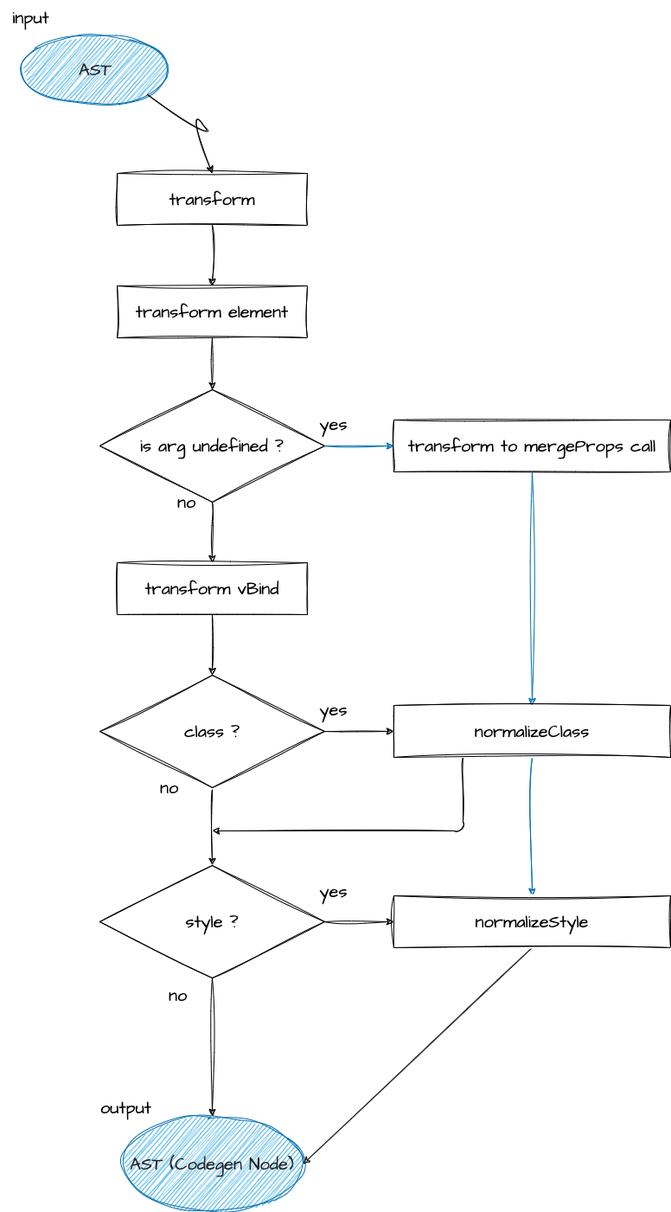
Above: book/images/transform_vbind.drawio.png in ubugeeei/chibivue (draw.io), before the change. Source tidied: cells renumbered, new cells last; positions are measured from the earlier drawing's top-left corner, leaving out a move shared by most shapes. Its diagram source:
```xml
<mxGraphModel background="#ffffff">
  <root>
    <mxCell id="0" />
    <mxCell id="1" parent="0" />
    <mxCell id="2" value="transform" style="rounded=0;whiteSpace=wrap;html=1;sketch=1;hachureGap=4;jiggle=2;curveFitting=1;fontFamily=Architects Daughter;fontSource=https%3A%2F%2Ffonts.googleapis.com%2Fcss%3Ffamily%3DArchitects%2BDaughter;fontSize=20;" parent="1" vertex="1">
      <mxGeometry x="135" y="200" width="220" height="60" as="geometry" />
    </mxCell>
    <mxCell id="3" value="transform element" style="rounded=0;whiteSpace=wrap;html=1;sketch=1;hachureGap=4;jiggle=2;curveFitting=1;fontFamily=Architects Daughter;fontSource=https%3A%2F%2Ffonts.googleapis.com%2Fcss%3Ffamily%3DArchitects%2BDaughter;fontSize=20;" parent="1" vertex="1">
      <mxGeometry x="135" y="330" width="220" height="60" as="geometry" />
    </mxCell>
    <mxCell id="4" value="transform vBind" style="rounded=0;whiteSpace=wrap;html=1;sketch=1;hachureGap=4;jiggle=2;curveFitting=1;fontFamily=Architects Daughter;fontSource=https%3A%2F%2Ffonts.googleapis.com%2Fcss%3Ffamily%3DArchitects%2BDaughter;fontSize=20;" parent="1" vertex="1">
      <mxGeometry x="135" y="650" width="220" height="60" as="geometry" />
    </mxCell>
    <mxCell id="5" value="transform to mergeProps call" style="rounded=0;whiteSpace=wrap;html=1;sketch=1;hachureGap=4;jiggle=2;curveFitting=1;fontFamily=Architects Daughter;fontSource=https%3A%2F%2Ffonts.googleapis.com%2Fcss%3Ffamily%3DArchitects%2BDaughter;fontSize=20;" parent="1" vertex="1">
      <mxGeometry x="455" y="485" width="320" height="60" as="geometry" />
    </mxCell>
    <mxCell id="6" value="&lt;font color=&quot;#252525&quot;&gt;AST (Codegen Node)&lt;/font&gt;" style="ellipse;whiteSpace=wrap;html=1;sketch=1;hachureGap=4;jiggle=2;curveFitting=1;fontFamily=Architects Daughter;fontSource=https%3A%2F%2Ffonts.googleapis.com%2Fcss%3Ffamily%3DArchitects%2BDaughter;fontSize=20;fillColor=#1ba1e2;fontColor=#ffffff;strokeColor=#006EAF;" parent="1" vertex="1">
      <mxGeometry x="140" y="1290" width="210" height="110" as="geometry" />
    </mxCell>
    <mxCell id="7" value="&lt;font color=&quot;#252525&quot;&gt;AST&lt;/font&gt;" style="ellipse;whiteSpace=wrap;html=1;sketch=1;hachureGap=4;jiggle=2;curveFitting=1;fontFamily=Architects Daughter;fontSource=https%3A%2F%2Ffonts.googleapis.com%2Fcss%3Ffamily%3DArchitects%2BDaughter;fontSize=20;fillColor=#1ba1e2;fontColor=#ffffff;strokeColor=#006EAF;" parent="1" vertex="1">
      <mxGeometry x="25" y="40" width="170" height="80" as="geometry" />
    </mxCell>
    <mxCell id="8" style="curved=1;endArrow=classic;html=1;sketch=1;hachureGap=4;jiggle=2;curveFitting=1;fontFamily=Architects Daughter;fontSource=https%3A%2F%2Ffonts.googleapis.com%2Fcss%3Ffamily%3DArchitects%2BDaughter;fontSize=16;exitX=1;exitY=1;exitDx=0;exitDy=0;entryX=0.5;entryY=0;entryDx=0;entryDy=0;" parent="1" edge="1" source="7" target="2">
      <mxGeometry relative="1" as="geometry">
        <Array as="points">
          <mxPoint x="255" y="170" />
          <mxPoint x="215" y="120" />
        </Array>
      </mxGeometry>
    </mxCell>
    <mxCell id="9" style="endArrow=classic;html=1;sketch=1;hachureGap=4;jiggle=2;curveFitting=1;fontFamily=Architects Daughter;fontSource=https%3A%2F%2Ffonts.googleapis.com%2Fcss%3Ffamily%3DArchitects%2BDaughter;fontSize=16;exitX=0.5;exitY=1;exitDx=0;exitDy=0;entryX=0.5;entryY=0;entryDx=0;entryDy=0;" parent="1" edge="1" source="2" target="3">
      <mxGeometry relative="1" as="geometry" />
    </mxCell>
    <mxCell id="10" value="is arg undefined ?" style="rhombus;whiteSpace=wrap;html=1;sketch=1;hachureGap=4;jiggle=2;curveFitting=1;fontFamily=Architects Daughter;fontSource=https%3A%2F%2Ffonts.googleapis.com%2Fcss%3Ffamily%3DArchitects%2BDaughter;fontSize=20;" parent="1" vertex="1">
      <mxGeometry x="115" y="450" width="260" height="130" as="geometry" />
    </mxCell>
    <mxCell id="11" style="endArrow=classic;html=1;sketch=1;hachureGap=4;jiggle=2;curveFitting=1;fontFamily=Architects Daughter;fontSource=https%3A%2F%2Ffonts.googleapis.com%2Fcss%3Ffamily%3DArchitects%2BDaughter;fontSize=16;exitX=0.5;exitY=1;exitDx=0;exitDy=0;entryX=0.5;entryY=0;entryDx=0;entryDy=0;" parent="1" edge="1" source="3" target="10">
      <mxGeometry relative="1" as="geometry" />
    </mxCell>
    <mxCell id="12" style="endArrow=classic;html=1;sketch=1;hachureGap=4;jiggle=2;curveFitting=1;fontFamily=Architects Daughter;fontSource=https%3A%2F%2Ffonts.googleapis.com%2Fcss%3Ffamily%3DArchitects%2BDaughter;fontSize=16;exitX=1;exitY=0.5;exitDx=0;exitDy=0;entryX=0;entryY=0.5;entryDx=0;entryDy=0;fillColor=#1ba1e2;strokeColor=#006EAF;" parent="1" edge="1" source="10" target="5">
      <mxGeometry relative="1" as="geometry" />
    </mxCell>
    <mxCell id="13" style="endArrow=classic;html=1;sketch=1;hachureGap=4;jiggle=2;curveFitting=1;fontFamily=Architects Daughter;fontSource=https%3A%2F%2Ffonts.googleapis.com%2Fcss%3Ffamily%3DArchitects%2BDaughter;fontSize=16;exitX=0.5;exitY=1;exitDx=0;exitDy=0;" parent="1" edge="1" source="10" target="4">
      <mxGeometry relative="1" as="geometry" />
    </mxCell>
    <mxCell id="14" style="endArrow=classic;html=1;sketch=1;hachureGap=4;jiggle=2;curveFitting=1;fontFamily=Architects Daughter;fontSource=https%3A%2F%2Ffonts.googleapis.com%2Fcss%3Ffamily%3DArchitects%2BDaughter;fontSize=16;exitX=0.5;exitY=1;exitDx=0;exitDy=0;entryX=0.5;entryY=0;entryDx=0;entryDy=0;" parent="1" edge="1" source="4" target="22">
      <mxGeometry relative="1" as="geometry" />
    </mxCell>
    <mxCell id="15" style="endArrow=classic;html=1;sketch=1;hachureGap=4;jiggle=2;curveFitting=1;fontFamily=Architects Daughter;fontSource=https%3A%2F%2Ffonts.googleapis.com%2Fcss%3Ffamily%3DArchitects%2BDaughter;fontSize=16;exitX=0.5;exitY=1;exitDx=0;exitDy=0;fillColor=#1ba1e2;strokeColor=#006EAF;" parent="1" edge="1" source="5" target="28">
      <mxGeometry relative="1" as="geometry" />
    </mxCell>
    <mxCell id="16" value="yes" style="text;html=1;align=center;verticalAlign=middle;strokeColor=none;fillColor=none;fontSize=20;fontFamily=Architects Daughter;sketch=1;hachureGap=4;jiggle=2;curveFitting=1;fontSource=https%3A%2F%2Ffonts.googleapis.com%2Fcss%3Ffamily%3DArchitects%2BDaughter;" parent="1" vertex="1">
      <mxGeometry x="355" y="470" width="60" height="40" as="geometry" />
    </mxCell>
    <mxCell id="17" value="no" style="text;html=1;align=center;verticalAlign=middle;strokeColor=none;fillColor=none;fontSize=20;fontFamily=Architects Daughter;sketch=1;hachureGap=4;jiggle=2;curveFitting=1;fontSource=https%3A%2F%2Ffonts.googleapis.com%2Fcss%3Ffamily%3DArchitects%2BDaughter;" parent="1" vertex="1">
      <mxGeometry x="195" y="560" width="40" height="40" as="geometry" />
    </mxCell>
    <mxCell id="18" value="input" style="text;html=1;align=center;verticalAlign=middle;strokeColor=none;fillColor=none;fontSize=20;fontFamily=Architects Daughter;sketch=1;hachureGap=4;jiggle=2;curveFitting=1;fontSource=https%3A%2F%2Ffonts.googleapis.com%2Fcss%3Ffamily%3DArchitects%2BDaughter;" parent="1" vertex="1">
      <mxGeometry width="70" height="40" as="geometry" />
    </mxCell>
    <mxCell id="19" value="output" style="text;html=1;align=center;verticalAlign=middle;strokeColor=none;fillColor=none;fontSize=20;fontFamily=Architects Daughter;sketch=1;hachureGap=4;jiggle=2;curveFitting=1;fontSource=https%3A%2F%2Ffonts.googleapis.com%2Fcss%3Ffamily%3DArchitects%2BDaughter;" parent="1" vertex="1">
      <mxGeometry x="105" y="1260" width="80" height="40" as="geometry" />
    </mxCell>
    <mxCell id="20" style="edgeStyle=none;sketch=1;hachureGap=4;jiggle=2;curveFitting=1;html=1;exitX=1;exitY=0.5;exitDx=0;exitDy=0;entryX=0;entryY=0.5;entryDx=0;entryDy=0;fontFamily=Architects Daughter;fontSource=https%3A%2F%2Ffonts.googleapis.com%2Fcss%3Ffamily%3DArchitects%2BDaughter;fontSize=16;" parent="1" edge="1" source="22" target="28">
      <mxGeometry relative="1" as="geometry" />
    </mxCell>
    <mxCell id="21" style="edgeStyle=none;sketch=1;hachureGap=4;jiggle=2;curveFitting=1;html=1;exitX=0.5;exitY=1;exitDx=0;exitDy=0;entryX=0.5;entryY=0;entryDx=0;entryDy=0;fontFamily=Architects Daughter;fontSource=https%3A%2F%2Ffonts.googleapis.com%2Fcss%3Ffamily%3DArchitects%2BDaughter;fontSize=16;" parent="1" edge="1" source="22" target="25">
      <mxGeometry relative="1" as="geometry" />
    </mxCell>
    <mxCell id="22" value="class ?" style="rhombus;whiteSpace=wrap;html=1;sketch=1;hachureGap=4;jiggle=2;curveFitting=1;fontFamily=Architects Daughter;fontSource=https%3A%2F%2Ffonts.googleapis.com%2Fcss%3Ffamily%3DArchitects%2BDaughter;fontSize=20;" parent="1" vertex="1">
      <mxGeometry x="115" y="780" width="260" height="130" as="geometry" />
    </mxCell>
    <mxCell id="23" style="edgeStyle=none;sketch=1;hachureGap=4;jiggle=2;curveFitting=1;html=1;exitX=1;exitY=0.5;exitDx=0;exitDy=0;entryX=0;entryY=0.5;entryDx=0;entryDy=0;fontFamily=Architects Daughter;fontSource=https%3A%2F%2Ffonts.googleapis.com%2Fcss%3Ffamily%3DArchitects%2BDaughter;fontSize=16;" parent="1" edge="1" source="25" target="30">
      <mxGeometry relative="1" as="geometry" />
    </mxCell>
    <mxCell id="24" style="edgeStyle=none;sketch=1;hachureGap=4;jiggle=2;curveFitting=1;html=1;exitX=0.5;exitY=1;exitDx=0;exitDy=0;entryX=0.5;entryY=0;entryDx=0;entryDy=0;fontFamily=Architects Daughter;fontSource=https%3A%2F%2Ffonts.googleapis.com%2Fcss%3Ffamily%3DArchitects%2BDaughter;fontSize=16;" parent="1" edge="1" source="25" target="6">
      <mxGeometry relative="1" as="geometry" />
    </mxCell>
    <mxCell id="25" value="style ?" style="rhombus;whiteSpace=wrap;html=1;sketch=1;hachureGap=4;jiggle=2;curveFitting=1;fontFamily=Architects Daughter;fontSource=https%3A%2F%2Ffonts.googleapis.com%2Fcss%3Ffamily%3DArchitects%2BDaughter;fontSize=20;" parent="1" vertex="1">
      <mxGeometry x="115" y="1000" width="260" height="130" as="geometry" />
    </mxCell>
    <mxCell id="26" style="edgeStyle=none;sketch=1;hachureGap=4;jiggle=2;curveFitting=1;html=1;exitX=0.5;exitY=1;exitDx=0;exitDy=0;entryX=0.5;entryY=0;entryDx=0;entryDy=0;fontFamily=Architects Daughter;fontSource=https%3A%2F%2Ffonts.googleapis.com%2Fcss%3Ffamily%3DArchitects%2BDaughter;fontSize=16;fillColor=#1ba1e2;strokeColor=#006EAF;" parent="1" edge="1" source="28" target="30">
      <mxGeometry relative="1" as="geometry" />
    </mxCell>
    <mxCell id="27" style="edgeStyle=none;sketch=1;hachureGap=4;jiggle=2;curveFitting=1;html=1;exitX=0.25;exitY=1;exitDx=0;exitDy=0;fontFamily=Architects Daughter;fontSource=https%3A%2F%2Ffonts.googleapis.com%2Fcss%3Ffamily%3DArchitects%2BDaughter;fontSize=16;" parent="1" edge="1" source="28">
      <mxGeometry relative="1" as="geometry">
        <mxPoint x="245" y="960" as="targetPoint" />
        <Array as="points">
          <mxPoint x="535" y="960" />
        </Array>
      </mxGeometry>
    </mxCell>
    <mxCell id="28" value="normalizeClass" style="rounded=0;whiteSpace=wrap;html=1;sketch=1;hachureGap=4;jiggle=2;curveFitting=1;fontFamily=Architects Daughter;fontSource=https%3A%2F%2Ffonts.googleapis.com%2Fcss%3Ffamily%3DArchitects%2BDaughter;fontSize=20;" parent="1" vertex="1">
      <mxGeometry x="455" y="815" width="320" height="60" as="geometry" />
    </mxCell>
    <mxCell id="29" style="edgeStyle=none;sketch=1;hachureGap=4;jiggle=2;curveFitting=1;html=1;exitX=0.5;exitY=1;exitDx=0;exitDy=0;entryX=1;entryY=0.5;entryDx=0;entryDy=0;strokeColor=#252525;fontFamily=Architects Daughter;fontSource=https%3A%2F%2Ffonts.googleapis.com%2Fcss%3Ffamily%3DArchitects%2BDaughter;fontSize=16;" parent="1" edge="1" source="30" target="6">
      <mxGeometry relative="1" as="geometry" />
    </mxCell>
    <mxCell id="30" value="normalizeStyle" style="rounded=0;whiteSpace=wrap;html=1;sketch=1;hachureGap=4;jiggle=2;curveFitting=1;fontFamily=Architects Daughter;fontSource=https%3A%2F%2Ffonts.googleapis.com%2Fcss%3Ffamily%3DArchitects%2BDaughter;fontSize=20;" parent="1" vertex="1">
      <mxGeometry x="455" y="1035" width="320" height="60" as="geometry" />
    </mxCell>
    <mxCell id="31" value="yes" style="text;html=1;align=center;verticalAlign=middle;strokeColor=none;fillColor=none;fontSize=20;fontFamily=Architects Daughter;sketch=1;hachureGap=4;jiggle=2;curveFitting=1;fontSource=https%3A%2F%2Ffonts.googleapis.com%2Fcss%3Ffamily%3DArchitects%2BDaughter;" parent="1" vertex="1">
      <mxGeometry x="355" y="800" width="60" height="40" as="geometry" />
    </mxCell>
    <mxCell id="32" value="no" style="text;html=1;align=center;verticalAlign=middle;strokeColor=none;fillColor=none;fontSize=20;fontFamily=Architects Daughter;sketch=1;hachureGap=4;jiggle=2;curveFitting=1;fontSource=https%3A%2F%2Ffonts.googleapis.com%2Fcss%3Ffamily%3DArchitects%2BDaughter;" parent="1" vertex="1">
      <mxGeometry x="175" y="890" width="40" height="40" as="geometry" />
    </mxCell>
    <mxCell id="33" value="no" style="text;html=1;align=center;verticalAlign=middle;strokeColor=none;fillColor=none;fontSize=20;fontFamily=Architects Daughter;sketch=1;hachureGap=4;jiggle=2;curveFitting=1;fontSource=https%3A%2F%2Ffonts.googleapis.com%2Fcss%3Ffamily%3DArchitects%2BDaughter;" parent="1" vertex="1">
      <mxGeometry x="185" y="1130" width="40" height="40" as="geometry" />
    </mxCell>
    <mxCell id="34" value="yes" style="text;html=1;align=center;verticalAlign=middle;strokeColor=none;fillColor=none;fontSize=20;fontFamily=Architects Daughter;sketch=1;hachureGap=4;jiggle=2;curveFitting=1;fontSource=https%3A%2F%2Ffonts.googleapis.com%2Fcss%3Ffamily%3DArchitects%2BDaughter;" parent="1" vertex="1">
      <mxGeometry x="355" y="1010" width="60" height="40" as="geometry" />
    </mxCell>
  </root>
</mxGraphModel>
```
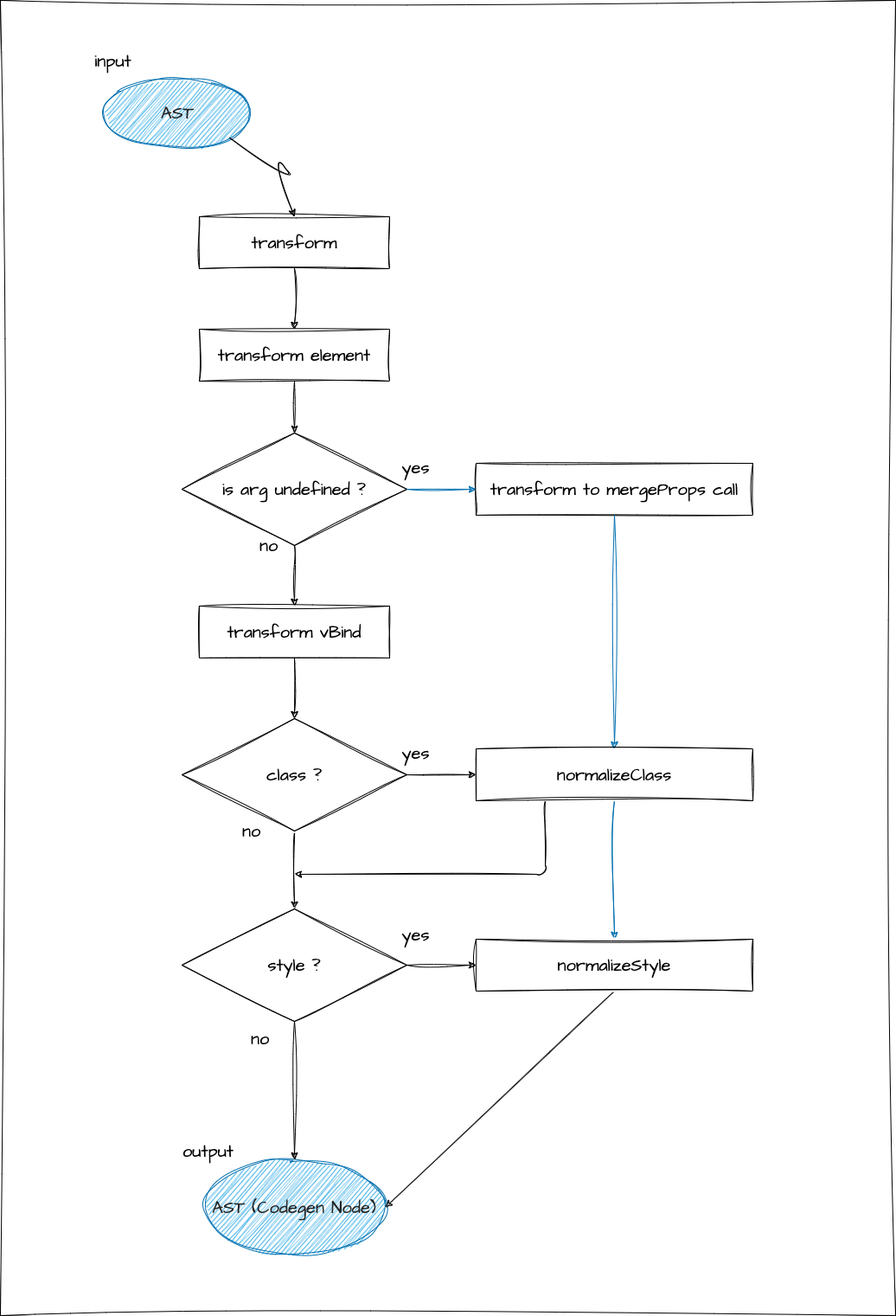
The same diagram one commit later.

The edit, as a diff of the source:
```diff
@@ -111,5 +111,8 @@
     <mxCell id="34" value="yes" style="text;html=1;align=center;verticalAlign=middle;strokeColor=none;fillColor=none;fontSize=20;fontFamily=Architects Daughter;sketch=1;hachureGap=4;jiggle=2;curveFitting=1;fontSource=https%3A%2F%2Ffonts.googleapis.com%2Fcss%3Ffamily%3DArchitects%2BDaughter;" parent="1" vertex="1">
       <mxGeometry x="355" y="1010" width="60" height="40" as="geometry" />
     </mxCell>
+    <mxCell id="35" style="swimlane;startSize=0;sketch=1;hachureGap=4;jiggle=2;curveFitting=1;fontFamily=Architects Daughter;fontSource=https%3A%2F%2Ffonts.googleapis.com%2Fcss%3Ffamily%3DArchitects%2BDaughter;fontSize=20;" parent="1" vertex="1">
+      <mxGeometry x="-95" y="-50" width="1035" height="1520" as="geometry" />
+    </mxCell>
   </root>
 </mxGraphModel>
```
